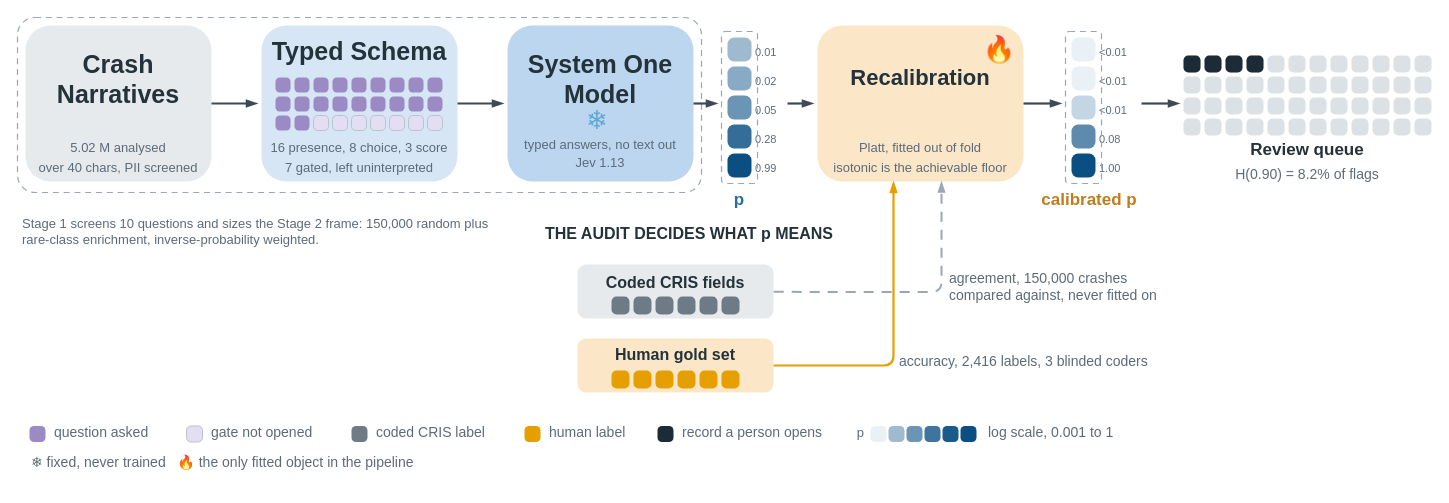
Before: outputs/figures/F1_framework.drawio in pozapas/jev-calibrated-narrative-coding, a draw.io diagram. Source tidied: cells renumbered, new cells numbered last; positions are measured from the earlier drawing's top-left corner, leaving out a move shared by most shapes. Both pictures are drawn from the tidied source at 100%, with x=0, y=0 at pixel (17, 17).
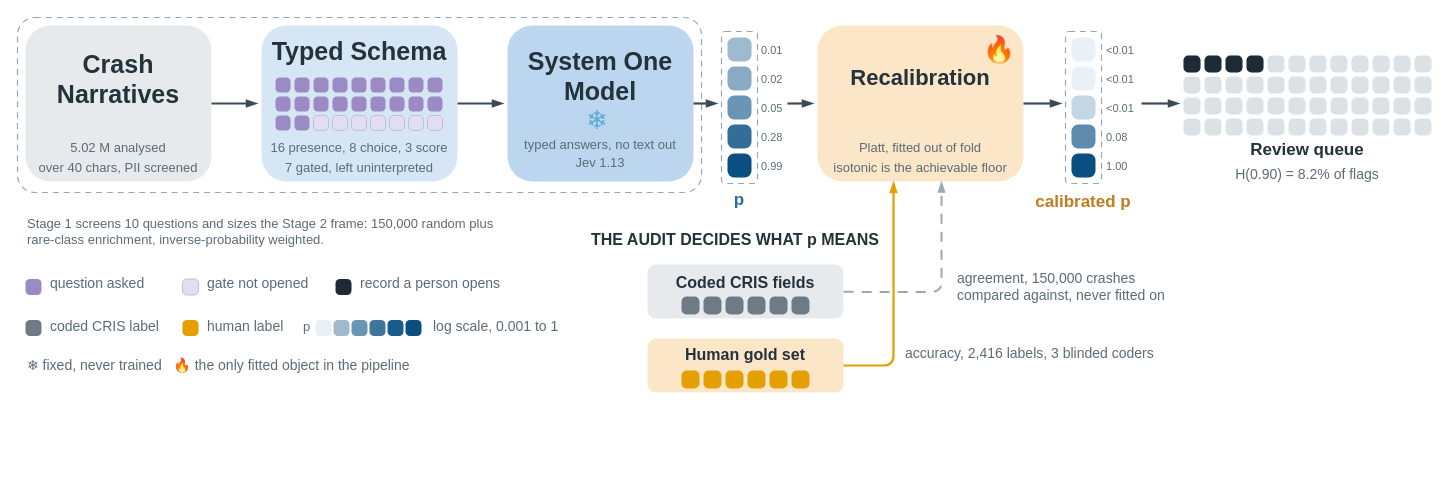
The same page after the edit.

Commit message (it also covers changes not shown here):
Figure 1: take the hand-cleaned layout and cut the caption to match

Change to the diagram source:
```diff
@@
     <mxCell id="12" value="System One&lt;br&gt;Model" style="text;html=1;align=center;verticalAlign=middle;whiteSpace=wrap;fontSize=25;fontFamily=Helvetica;fontColor=#24323A;fontStyle=1;" parent="1" vertex="1">
-      <mxGeometry x="490" y="8" width="186" height="106" as="geometry" />
+      <mxGeometry x="490" y="8" width="186" height="99" as="geometry" />
     </mxCell>
@@
     <mxCell id="20" value="0.01" style="text;html=1;align=left;verticalAlign=top;whiteSpace=wrap;fontSize=11;fontFamily=Helvetica;fontColor=#5C6B78;fontStyle=0;" parent="1" vertex="1">
-      <mxGeometry x="736" y="22" width="46" height="20" as="geometry" />
+      <mxGeometry x="742" y="20" width="46" height="20" as="geometry" />
     </mxCell>
     <mxCell id="21" value="0.02" style="text;html=1;align=left;verticalAlign=top;whiteSpace=wrap;fontSize=11;fontFamily=Helvetica;fontColor=#5C6B78;fontStyle=0;" parent="1" vertex="1">
-      <mxGeometry x="736" y="51" width="46" height="20" as="geometry" />
+      <mxGeometry x="742" y="49" width="46" height="20" as="geometry" />
     </mxCell>
     <mxCell id="22" value="0.05" style="text;html=1;align=left;verticalAlign=top;whiteSpace=wrap;fontSize=11;fontFamily=Helvetica;fontColor=#5C6B78;fontStyle=0;" parent="1" vertex="1">
-      <mxGeometry x="736" y="80" width="46" height="20" as="geometry" />
+      <mxGeometry x="742" y="78" width="46" height="20" as="geometry" />
     </mxCell>
     <mxCell id="23" value="0.28" style="text;html=1;align=left;verticalAlign=top;whiteSpace=wrap;fontSize=11;fontFamily=Helvetica;fontColor=#5C6B78;fontStyle=0;" parent="1" vertex="1">
-      <mxGeometry x="736" y="109" width="46" height="20" as="geometry" />
+      <mxGeometry x="742" y="107" width="46" height="20" as="geometry" />
     </mxCell>
     <mxCell id="24" value="0.99" style="text;html=1;align=left;verticalAlign=top;whiteSpace=wrap;fontSize=11;fontFamily=Helvetica;fontColor=#5C6B78;fontStyle=0;" parent="1" vertex="1">
-      <mxGeometry x="736" y="138" width="46" height="20" as="geometry" />
+      <mxGeometry x="742" y="136" width="46" height="20" as="geometry" />
     </mxCell>
@@
     <mxCell id="36" value="&amp;lt;0.01" style="text;html=1;align=left;verticalAlign=top;whiteSpace=wrap;fontSize=11;fontFamily=Helvetica;fontColor=#5C6B78;fontStyle=0;" parent="1" vertex="1">
-      <mxGeometry x="1080" y="22" width="46" height="20" as="geometry" />
+      <mxGeometry x="1087" y="20" width="46" height="20" as="geometry" />
     </mxCell>
     <mxCell id="37" value="&amp;lt;0.01" style="text;html=1;align=left;verticalAlign=top;whiteSpace=wrap;fontSize=11;fontFamily=Helvetica;fontColor=#5C6B78;fontStyle=0;" parent="1" vertex="1">
-      <mxGeometry x="1080" y="51" width="46" height="20" as="geometry" />
+      <mxGeometry x="1087" y="49" width="46" height="20" as="geometry" />
     </mxCell>
     <mxCell id="38" value="&amp;lt;0.01" style="text;html=1;align=left;verticalAlign=top;whiteSpace=wrap;fontSize=11;fontFamily=Helvetica;fontColor=#5C6B78;fontStyle=0;" parent="1" vertex="1">
-      <mxGeometry x="1080" y="80" width="46" height="20" as="geometry" />
+      <mxGeometry x="1087" y="78" width="46" height="20" as="geometry" />
     </mxCell>
     <mxCell id="39" value="0.08" style="text;html=1;align=left;verticalAlign=top;whiteSpace=wrap;fontSize=11;fontFamily=Helvetica;fontColor=#5C6B78;fontStyle=0;" parent="1" vertex="1">
-      <mxGeometry x="1080" y="109" width="46" height="20" as="geometry" />
+      <mxGeometry x="1087" y="107" width="46" height="20" as="geometry" />
     </mxCell>
     <mxCell id="40" value="1.00" style="text;html=1;align=left;verticalAlign=top;whiteSpace=wrap;fontSize=11;fontFamily=Helvetica;fontColor=#5C6B78;fontStyle=0;" parent="1" vertex="1">
-      <mxGeometry x="1080" y="138" width="46" height="20" as="geometry" />
+      <mxGeometry x="1087" y="136" width="46" height="20" as="geometry" />
     </mxCell>
@@
     <mxCell id="42" value="calibrated p" style="text;html=1;align=center;verticalAlign=top;whiteSpace=wrap;fontSize=17;fontFamily=Helvetica;fontColor=#C07C1E;fontStyle=1;" parent="1" vertex="1">
-      <mxGeometry x="1012" y="166" width="120" height="41" as="geometry" />
+      <mxGeometry x="1006" y="168" width="120" height="41" as="geometry" />
     </mxCell>
@@
     <mxCell id="130" value="Stage 1 screens 10 questions and sizes the Stage 2 frame: 150,000 random plus rare-class enrichment, inverse-probability weighted." style="text;html=1;align=left;verticalAlign=top;whiteSpace=wrap;fontSize=13;fontFamily=Helvetica;fontColor=#5C6B78;fontStyle=0;" parent="1" vertex="1">
-      <mxGeometry x="3" y="192" width="498" height="44" as="geometry" />
+      <mxGeometry x="8" y="192" width="498" height="44" as="geometry" />
     </mxCell>
     <mxCell id="131" value="THE AUDIT DECIDES WHAT p MEANS" style="text;html=1;align=left;verticalAlign=top;whiteSpace=wrap;fontSize=16;fontFamily=Helvetica;fontColor=#24323A;fontStyle=1;" parent="1" vertex="1">
-      <mxGeometry x="526" y="200" width="297" height="40" as="geometry" />
+      <mxGeometry x="571.5" y="206" width="301" height="40" as="geometry" />
     </mxCell>
     <mxCell id="132" style="rounded=1;arcSize=16;whiteSpace=wrap;html=1;fillColor=#E7EAEC;strokeColor=none;shadow=0;" parent="1" vertex="1">
-      <mxGeometry x="560" y="247" width="196" height="54" as="geometry" />
+      <mxGeometry x="630" y="247" width="196" height="54" as="geometry" />
     </mxCell>
     <mxCell id="133" value="Coded CRIS fields" style="text;html=1;align=center;verticalAlign=middle;whiteSpace=wrap;fontSize=16;fontFamily=Helvetica;fontColor=#24323A;fontStyle=1;" parent="1" vertex="1">
-      <mxGeometry x="560" y="247" width="196" height="35" as="geometry" />
+      <mxGeometry x="630" y="247" width="196" height="35" as="geometry" />
     </mxCell>
     <mxCell id="134" style="rounded=1;arcSize=28;whiteSpace=wrap;html=1;fillColor=#6E7B87;strokeColor=none;shadow=0;" parent="1" vertex="1">
-      <mxGeometry x="594" y="279" width="18" height="18" as="geometry" />
+      <mxGeometry x="664" y="279" width="18" height="18" as="geometry" />
     </mxCell>
     <mxCell id="135" style="rounded=1;arcSize=28;whiteSpace=wrap;html=1;fillColor=#6E7B87;strokeColor=none;shadow=0;" parent="1" vertex="1">
-      <mxGeometry x="616" y="279" width="18" height="18" as="geometry" />
+      <mxGeometry x="686" y="279" width="18" height="18" as="geometry" />
     </mxCell>
     <mxCell id="136" style="rounded=1;arcSize=28;whiteSpace=wrap;html=1;fillColor=#6E7B87;strokeColor=none;shadow=0;" parent="1" vertex="1">
-      <mxGeometry x="638" y="279" width="18" height="18" as="geometry" />
+      <mxGeometry x="708" y="279" width="18" height="18" as="geometry" />
     </mxCell>
     <mxCell id="137" style="rounded=1;arcSize=28;whiteSpace=wrap;html=1;fillColor=#6E7B87;strokeColor=none;shadow=0;" parent="1" vertex="1">
-      <mxGeometry x="660" y="279" width="18" height="18" as="geometry" />
+      <mxGeometry x="730" y="279" width="18" height="18" as="geometry" />
     </mxCell>
     <mxCell id="138" style="rounded=1;arcSize=28;whiteSpace=wrap;html=1;fillColor=#6E7B87;strokeColor=none;shadow=0;" parent="1" vertex="1">
-      <mxGeometry x="682" y="279" width="18" height="18" as="geometry" />
+      <mxGeometry x="752" y="279" width="18" height="18" as="geometry" />
     </mxCell>
     <mxCell id="139" style="rounded=1;arcSize=28;whiteSpace=wrap;html=1;fillColor=#6E7B87;strokeColor=none;shadow=0;" parent="1" vertex="1">
-      <mxGeometry x="704" y="279" width="18" height="18" as="geometry" />
+      <mxGeometry x="774" y="279" width="18" height="18" as="geometry" />
     </mxCell>
     <mxCell id="140" value="agreement, 150,000 crashes&#10;compared against, never fitted on" style="text;html=1;align=left;verticalAlign=top;whiteSpace=wrap;fontSize=14;fontFamily=Helvetica;fontColor=#5C6B78;fontStyle=0;" parent="1" vertex="1">
-      <mxGeometry x="930" y="246" width="268" height="44" as="geometry" />
+      <mxGeometry x="938" y="246" width="268" height="44" as="geometry" />
     </mxCell>
     <mxCell id="141" style="rounded=1;arcSize=16;whiteSpace=wrap;html=1;fillColor=#FBE7C8;strokeColor=none;shadow=0;" parent="1" vertex="1">
-      <mxGeometry x="560" y="321" width="196" height="54" as="geometry" />
+      <mxGeometry x="630" y="321" width="196" height="54" as="geometry" />
     </mxCell>
     <mxCell id="142" value="Human gold set" style="text;html=1;align=center;verticalAlign=middle;whiteSpace=wrap;fontSize=16;fontFamily=Helvetica;fontColor=#24323A;fontStyle=1;" parent="1" vertex="1">
-      <mxGeometry x="560" y="321" width="196" height="32" as="geometry" />
+      <mxGeometry x="630" y="321" width="196" height="32" as="geometry" />
     </mxCell>
     <mxCell id="143" style="rounded=1;arcSize=28;whiteSpace=wrap;html=1;fillColor=#E69F00;strokeColor=none;shadow=0;" parent="1" vertex="1">
-      <mxGeometry x="594" y="353" width="18" height="18" as="geometry" />
+      <mxGeometry x="664" y="353" width="18" height="18" as="geometry" />
     </mxCell>
     <mxCell id="144" style="rounded=1;arcSize=28;whiteSpace=wrap;html=1;fillColor=#E69F00;strokeColor=none;shadow=0;" parent="1" vertex="1">
-      <mxGeometry x="616" y="353" width="18" height="18" as="geometry" />
+      <mxGeometry x="686" y="353" width="18" height="18" as="geometry" />
     </mxCell>
     <mxCell id="145" style="rounded=1;arcSize=28;whiteSpace=wrap;html=1;fillColor=#E69F00;strokeColor=none;shadow=0;" parent="1" vertex="1">
-      <mxGeometry x="638" y="353" width="18" height="18" as="geometry" />
+      <mxGeometry x="708" y="353" width="18" height="18" as="geometry" />
     </mxCell>
     <mxCell id="146" style="rounded=1;arcSize=28;whiteSpace=wrap;html=1;fillColor=#E69F00;strokeColor=none;shadow=0;" parent="1" vertex="1">
-      <mxGeometry x="660" y="353" width="18" height="18" as="geometry" />
+      <mxGeometry x="730" y="353" width="18" height="18" as="geometry" />
     </mxCell>
     <mxCell id="147" style="rounded=1;arcSize=28;whiteSpace=wrap;html=1;fillColor=#E69F00;strokeColor=none;shadow=0;" parent="1" vertex="1">
-      <mxGeometry x="682" y="353" width="18" height="18" as="geometry" />
+      <mxGeometry x="752" y="353" width="18" height="18" as="geometry" />
     </mxCell>
     <mxCell id="148" style="rounded=1;arcSize=28;whiteSpace=wrap;html=1;fillColor=#E69F00;strokeColor=none;shadow=0;" parent="1" vertex="1">
-      <mxGeometry x="704" y="353" width="18" height="18" as="geometry" />
+      <mxGeometry x="774" y="353" width="18" height="18" as="geometry" />
     </mxCell>
     <mxCell id="149" value="accuracy, 2,416 labels, 3 blinded coders" style="text;html=1;align=left;verticalAlign=top;whiteSpace=wrap;fontSize=14;fontFamily=Helvetica;fontColor=#5C6B78;fontStyle=0;" parent="1" vertex="1">
-      <mxGeometry x="880" y="329" width="262" height="38" as="geometry" />
+      <mxGeometry x="886" y="321" width="262" height="38" as="geometry" />
     </mxCell>
@@
     <mxCell id="154" style="rounded=1;arcSize=28;whiteSpace=wrap;html=1;fillColor=#9B8AC4;strokeColor=none;shadow=0;" parent="1" vertex="1">
-      <mxGeometry x="12" y="408.5" width="16" height="16" as="geometry" />
+      <mxGeometry x="8" y="261.5" width="16" height="16" as="geometry" />
     </mxCell>
     <mxCell id="155" value="question asked" style="text;html=1;align=left;verticalAlign=top;whiteSpace=wrap;fontSize=14;fontFamily=Helvetica;fontColor=#5C6B78;fontStyle=0;" parent="1" vertex="1">
-      <mxGeometry x="35" y="400" width="200" height="38" as="geometry" />
+      <mxGeometry x="31" y="250.5" width="200" height="38" as="geometry" />
     </mxCell>
     <mxCell id="156" style="rounded=1;arcSize=28;whiteSpace=wrap;html=1;fillColor=#E4DEF2;strokeColor=#B9C3CD;shadow=0;" parent="1" vertex="1">
-      <mxGeometry x="169" y="408.5" width="16" height="16" as="geometry" />
+      <mxGeometry x="165" y="261.5" width="16" height="16" as="geometry" />
     </mxCell>
     <mxCell id="157" value="gate not opened" style="text;html=1;align=left;verticalAlign=top;whiteSpace=wrap;fontSize=14;fontFamily=Helvetica;fontColor=#5C6B78;fontStyle=0;" parent="1" vertex="1">
-      <mxGeometry x="192" y="400" width="200" height="38" as="geometry" />
+      <mxGeometry x="188" y="250.5" width="200" height="38" as="geometry" />
     </mxCell>
     <mxCell id="158" style="rounded=1;arcSize=28;whiteSpace=wrap;html=1;fillColor=#6E7B87;strokeColor=none;shadow=0;" parent="1" vertex="1">
-      <mxGeometry x="334" y="408.5" width="16" height="16" as="geometry" />
+      <mxGeometry x="8" y="302.5" width="16" height="16" as="geometry" />
     </mxCell>
     <mxCell id="159" value="coded CRIS label" style="text;html=1;align=left;verticalAlign=top;whiteSpace=wrap;fontSize=14;fontFamily=Helvetica;fontColor=#5C6B78;fontStyle=0;" parent="1" vertex="1">
-      <mxGeometry x="357" y="400" width="200" height="38" as="geometry" />
+      <mxGeometry x="31" y="294" width="200" height="38" as="geometry" />
     </mxCell>
     <mxCell id="160" style="rounded=1;arcSize=28;whiteSpace=wrap;html=1;fillColor=#E69F00;strokeColor=none;shadow=0;" parent="1" vertex="1">
-      <mxGeometry x="507" y="408.5" width="16" height="16" as="geometry" />
+      <mxGeometry x="165" y="302.5" width="16" height="16" as="geometry" />
     </mxCell>
     <mxCell id="161" value="human label" style="text;html=1;align=left;verticalAlign=top;whiteSpace=wrap;fontSize=14;fontFamily=Helvetica;fontColor=#5C6B78;fontStyle=0;" parent="1" vertex="1">
-      <mxGeometry x="530" y="400" width="200" height="38" as="geometry" />
+      <mxGeometry x="188" y="294" width="200" height="38" as="geometry" />
     </mxCell>
     <mxCell id="162" style="rounded=1;arcSize=28;whiteSpace=wrap;html=1;fillColor=#1C2B36;strokeColor=none;shadow=0;" parent="1" vertex="1">
-      <mxGeometry x="640" y="408.5" width="16" height="16" as="geometry" />
+      <mxGeometry x="318" y="261.5" width="16" height="16" as="geometry" />
     </mxCell>
     <mxCell id="163" value="record a person opens" style="text;html=1;align=left;verticalAlign=top;whiteSpace=wrap;fontSize=14;fontFamily=Helvetica;fontColor=#5C6B78;fontStyle=0;" parent="1" vertex="1">
-      <mxGeometry x="663" y="400" width="200" height="38" as="geometry" />
+      <mxGeometry x="341" y="250.5" width="200" height="38" as="geometry" />
     </mxCell>
     <mxCell id="164" style="rounded=1;arcSize=28;whiteSpace=wrap;html=1;fillColor=#E9F0F6;strokeColor=none;shadow=0;" parent="1" vertex="1">
-      <mxGeometry x="853" y="408.5" width="16" height="16" as="geometry" />
+      <mxGeometry x="298" y="302.5" width="16" height="16" as="geometry" />
     </mxCell>
     <mxCell id="165" style="rounded=1;arcSize=28;whiteSpace=wrap;html=1;fillColor=#9FBACF;strokeColor=none;shadow=0;" parent="1" vertex="1">
-      <mxGeometry x="871" y="408.5" width="16" height="16" as="geometry" />
+      <mxGeometry x="316" y="302.5" width="16" height="16" as="geometry" />
     </mxCell>
     <mxCell id="166" style="rounded=1;arcSize=28;whiteSpace=wrap;html=1;fillColor=#6B95B4;strokeColor=none;shadow=0;" parent="1" vertex="1">
-      <mxGeometry x="889" y="408.5" width="16" height="16" as="geometry" />
+      <mxGeometry x="334" y="302.5" width="16" height="16" as="geometry" />
     </mxCell>
     <mxCell id="167" style="rounded=1;arcSize=28;whiteSpace=wrap;html=1;fillColor=#3F759D;strokeColor=none;shadow=0;" parent="1" vertex="1">
-      <mxGeometry x="907" y="408.5" width="16" height="16" as="geometry" />
+      <mxGeometry x="352" y="302.5" width="16" height="16" as="geometry" />
     </mxCell>
     <mxCell id="168" style="rounded=1;arcSize=28;whiteSpace=wrap;html=1;fillColor=#1B5B8B;strokeColor=none;shadow=0;" parent="1" vertex="1">
-      <mxGeometry x="925" y="408.5" width="16" height="16" as="geometry" />
+      <mxGeometry x="370" y="302.5" width="16" height="16" as="geometry" />
     </mxCell>
     <mxCell id="169" style="rounded=1;arcSize=28;whiteSpace=wrap;html=1;fillColor=#0B4F82;strokeColor=none;shadow=0;" parent="1" vertex="1">
-      <mxGeometry x="943" y="408.5" width="16" height="16" as="geometry" />
+      <mxGeometry x="388" y="302.5" width="16" height="16" as="geometry" />
     </mxCell>
-    <mxCell id="170" value="p" style="text;html=1;align=right;verticalAlign=top;whiteSpace=wrap;fontSize=13;fontFamily=Helvetica;fontColor=#5C6B78;fontStyle=0;" parent="1" vertex="1">
-      <mxGeometry x="833" y="400.5" width="16" height="37" as="geometry" />
+    <mxCell id="170" value="p" style="text;html=1;align=left;verticalAlign=top;whiteSpace=wrap;fontSize=13;fontFamily=Helvetica;fontColor=#5C6B78;fontStyle=0;" parent="1" vertex="1">
+      <mxGeometry x="284" y="294.5" width="16" height="37" as="geometry" />
     </mxCell>
     <mxCell id="171" value="log scale, 0.001 to 1" style="text;html=1;align=left;verticalAlign=top;whiteSpace=wrap;fontSize=14;fontFamily=Helvetica;fontColor=#5C6B78;fontStyle=0;" parent="1" vertex="1">
-      <mxGeometry x="969" y="400" width="220" height="38" as="geometry" />
+      <mxGeometry x="414" y="294" width="220" height="38" as="geometry" />
     </mxCell>
     <mxCell id="172" value="&amp;#10052; fixed, never trained&amp;#160;&amp;#160;&amp;#160;&amp;#128293; the only fitted object in the pipeline" style="text;html=1;align=left;verticalAlign=top;whiteSpace=wrap;fontSize=14;fontFamily=Helvetica;fontColor=#5C6B78;fontStyle=0;" parent="1" vertex="1">
-      <mxGeometry x="12" y="430" width="640" height="38" as="geometry" />
+      <mxGeometry x="8" y="333" width="640" height="38" as="geometry" />
     </mxCell>
```
